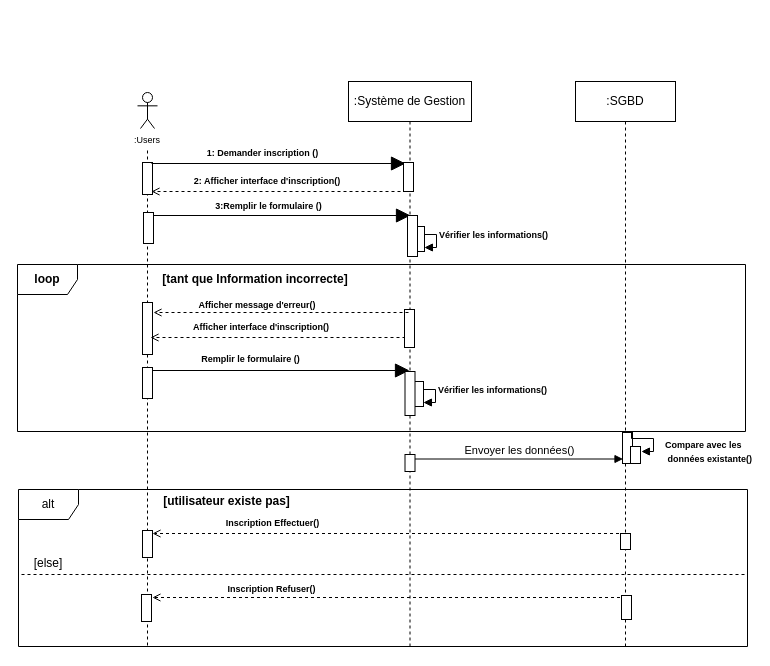
Earlier version of the draw.io diagram Diagramme sequence5.drawio (louis-fresnel99/TpGasaL1). Source tidied: cells renumbered, new cells numbered last; positions are measured from the earlier drawing's top-left corner, leaving out a move shared by most shapes. Both pictures are drawn from the tidied source at 100%, with x=0, y=0 at pixel (17, 81).
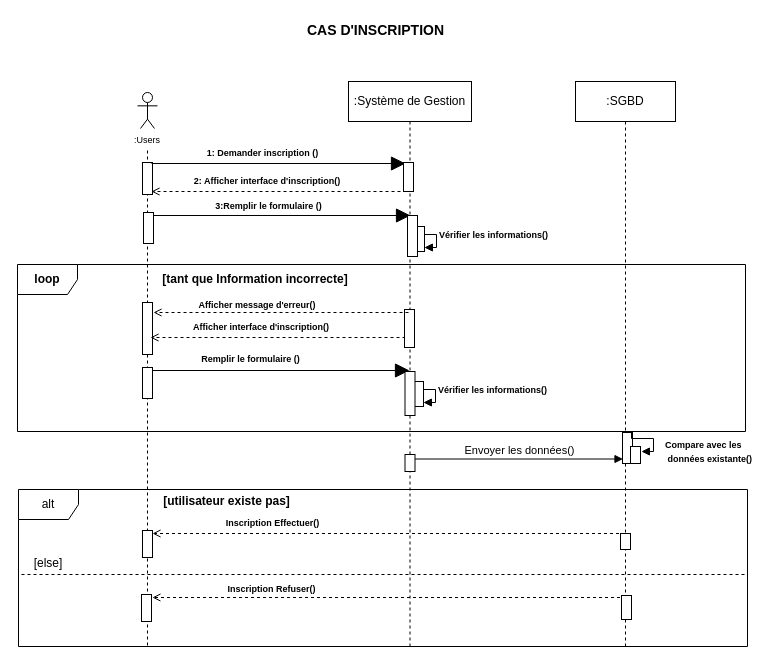
The same page after the edit.

Commit message:
Mettre à jour Diagramme sequence5.drawio

Change to the diagram source:
```diff
@@
+    <mxCell id="49" value="&lt;font style=&quot;font-size: 14px;&quot;&gt;CAS D'INSCRIPTION&lt;/font&gt;" style="text;align=center;fontStyle=1;verticalAlign=middle;spacingLeft=3;spacingRight=3;strokeColor=none;html=1;" parent="1" vertex="1">
+      <mxGeometry x="318" y="-64" width="80" height="26" as="geometry" />
+    </mxCell>
```
